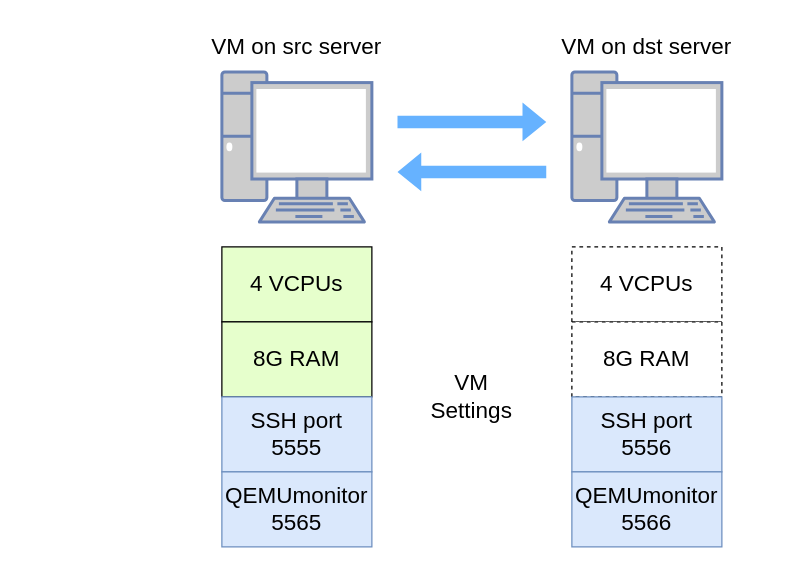
This is qemu-migration/postcopy in/out error.drawio from xuyizhe1999/drawio, a draw.io file, before an edit. Source tidied: cells renumbered, new cells numbered last; positions are measured from the earlier drawing's top-left corner, leaving out a move shared by most shapes. Both pictures are drawn from the tidied source at 125%, with x=0, y=0 at pixel (196, 21).
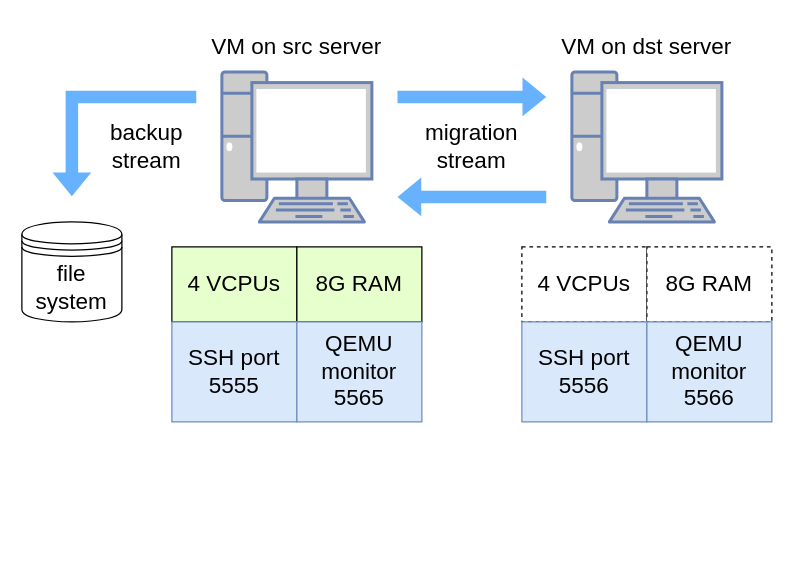
Above is the later version.

Diff of the diagram source:
```diff
@@
     <mxCell id="6" style="shape=flexArrow;endArrow=classic;html=1;rounded=0;fontSize=18;fontColor=#000000;fillColor=#66B2FF;strokeColor=none;" parent="1" edge="1">
       <mxGeometry relative="1" as="geometry">
-        <mxPoint x="280" y="120" as="sourcePoint" />
-        <mxPoint x="160" y="120" as="targetPoint" />
+        <mxPoint x="280" y="140" as="sourcePoint" />
+        <mxPoint x="160" y="140" as="targetPoint" />
       </mxGeometry>
     </mxCell>
     <mxCell id="7" style="shape=flexArrow;endArrow=classic;html=1;rounded=0;fontSize=18;fontColor=#000000;fillColor=#66B2FF;strokeColor=none;" parent="1" edge="1">
       <mxGeometry relative="1" as="geometry">
-        <mxPoint x="160" y="80" as="sourcePoint" />
-        <mxPoint x="280" y="80" as="targetPoint" />
+        <mxPoint x="160" y="60" as="sourcePoint" />
+        <mxPoint x="280" y="60" as="targetPoint" />
       </mxGeometry>
     </mxCell>
     <mxCell id="8" value="&lt;font color=&quot;#000000&quot;&gt;4 VCPUs&lt;br&gt;&lt;/font&gt;" style="rounded=0;whiteSpace=wrap;html=1;fontSize=18;fontColor=#FF0000;fillColor=#E6FFCC;" parent="1" vertex="1">
-      <mxGeometry x="20" y="180" width="120" height="60" as="geometry" />
+      <mxGeometry x="-20" y="180" width="100" height="60" as="geometry" />
     </mxCell>
     <mxCell id="9" value="4 VCPUs" style="rounded=0;whiteSpace=wrap;html=1;fontSize=18;fontColor=#000000;dashed=1;" parent="1" vertex="1">
-      <mxGeometry x="300" y="180" width="120" height="60" as="geometry" />
+      <mxGeometry x="260" y="180" width="100" height="60" as="geometry" />
     </mxCell>
     <mxCell id="10" value="8G RAM" style="rounded=0;whiteSpace=wrap;html=1;fontSize=18;fontColor=#000000;fillColor=#E6FFCC;" parent="1" vertex="1">
-      <mxGeometry x="20" y="240" width="120" height="60" as="geometry" />
+      <mxGeometry x="80" y="180" width="100" height="60" as="geometry" />
     </mxCell>
     <mxCell id="11" value="8G RAM" style="rounded=0;whiteSpace=wrap;html=1;fontSize=18;fontColor=#000000;fillColor=#FFFFFF;dashed=1;" parent="1" vertex="1">
-      <mxGeometry x="300" y="240" width="120" height="60" as="geometry" />
+      <mxGeometry x="360" y="180" width="100" height="60" as="geometry" />
     </mxCell>
-    <mxCell id="12" value="&lt;font style=&quot;font-size: 18px;&quot;&gt;VM&lt;br&gt;Settings&lt;/font&gt;" style="text;html=1;strokeColor=none;fillColor=none;align=center;verticalAlign=middle;whiteSpace=wrap;rounded=0;dashed=1;" parent="1" vertex="1">
-      <mxGeometry x="180" y="260" width="80" height="80" as="geometry" />
-    </mxCell>
     <mxCell id="13" value="SSH port&lt;br&gt;5555" style="rounded=0;whiteSpace=wrap;html=1;fontSize=18;fillColor=#dae8fc;strokeColor=#6c8ebf;" parent="1" vertex="1">
-      <mxGeometry x="20" y="300" width="120" height="60" as="geometry" />
+      <mxGeometry x="-20" y="240" width="100" height="80" as="geometry" />
     </mxCell>
-    <mxCell id="14" value="QEMUmonitor&lt;br&gt;5565" style="rounded=0;whiteSpace=wrap;html=1;fontSize=18;fillColor=#dae8fc;strokeColor=#6c8ebf;" parent="1" vertex="1">
-      <mxGeometry x="20" y="360" width="120" height="60" as="geometry" />
+    <mxCell id="14" value="QEMU&lt;br&gt;monitor&lt;br&gt;5565" style="rounded=0;whiteSpace=wrap;html=1;fontSize=18;fillColor=#dae8fc;strokeColor=#6c8ebf;" parent="1" vertex="1">
+      <mxGeometry x="80" y="240" width="100" height="80" as="geometry" />
     </mxCell>
     <mxCell id="15" value="SSH port&lt;br&gt;5556" style="rounded=0;whiteSpace=wrap;html=1;fontSize=18;fillColor=#dae8fc;strokeColor=#6c8ebf;" parent="1" vertex="1">
-      <mxGeometry x="300" y="300" width="120" height="60" as="geometry" />
+      <mxGeometry x="260" y="240" width="100" height="80" as="geometry" />
     </mxCell>
-    <mxCell id="16" value="QEMUmonitor&lt;br&gt;5566" style="rounded=0;whiteSpace=wrap;html=1;fontSize=18;fillColor=#dae8fc;strokeColor=#6c8ebf;" parent="1" vertex="1">
-      <mxGeometry x="300" y="360" width="120" height="60" as="geometry" />
+    <mxCell id="16" value="QEMU&lt;br&gt;monitor&lt;br&gt;5566" style="rounded=0;whiteSpace=wrap;html=1;fontSize=18;fillColor=#dae8fc;strokeColor=#6c8ebf;" parent="1" vertex="1">
+      <mxGeometry x="360" y="240" width="100" height="80" as="geometry" />
     </mxCell>
+    <mxCell id="17" value="file system" style="shape=datastore;whiteSpace=wrap;html=1;fontSize=18;fillColor=#FFFFFF;" parent="1" vertex="1">
+      <mxGeometry x="-140" y="160" width="80" height="80" as="geometry" />
+    </mxCell>
+    <mxCell id="18" style="shape=flexArrow;endArrow=classic;html=1;rounded=0;fontSize=18;fontColor=#000000;fillColor=#66B2FF;strokeColor=none;" parent="1" edge="1">
+      <mxGeometry relative="1" as="geometry">
+        <mxPoint y="60" as="sourcePoint" />
+        <mxPoint x="-100" y="140" as="targetPoint" />
+        <Array as="points">
+          <mxPoint x="-100" y="60" />
+        </Array>
+      </mxGeometry>
+    </mxCell>
+    <mxCell id="19" value="migration&lt;br&gt;stream" style="text;html=1;strokeColor=none;fillColor=none;align=center;verticalAlign=middle;whiteSpace=wrap;rounded=0;fontSize=18;" parent="1" vertex="1">
+      <mxGeometry x="180" y="80" width="80" height="40" as="geometry" />
+    </mxCell>
+    <mxCell id="20" value="backup&lt;br&gt;stream" style="text;html=1;strokeColor=none;fillColor=none;align=center;verticalAlign=middle;whiteSpace=wrap;rounded=0;fontSize=18;" parent="1" vertex="1">
+      <mxGeometry x="-80" y="80" width="80" height="40" as="geometry" />
+    </mxCell>
```
